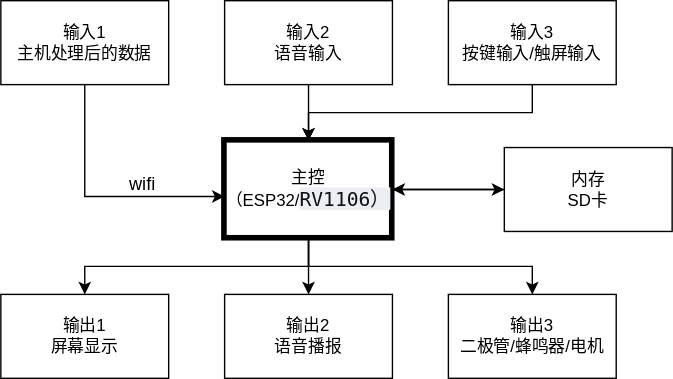
Earlier version of the draw.io export 大致流程图.drawio.svg (LC235-com/DDL-Reminder). Source tidied: cells renumbered, new cells last; positions are measured from the earlier drawing's top-left corner, leaving out a move shared by most shapes.
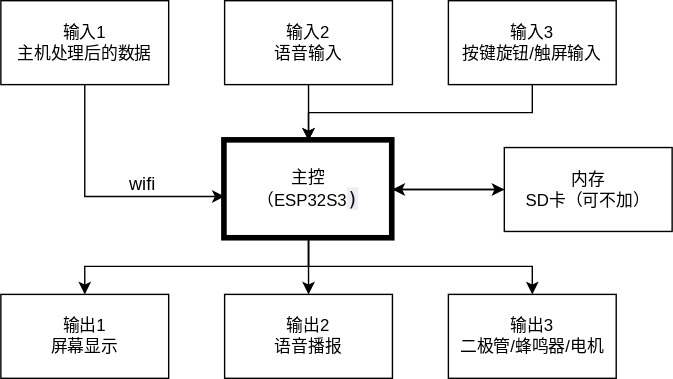
Above is the later version.

Commit message:
更新大致流程图.drawio.svg

What changed in the source:
```diff
@@ -16,7 +16,7 @@
         <mxPoint x="360" y="135" as="targetPoint" />
       </mxGeometry>
     </mxCell>
-    <mxCell id="6" value="主控&lt;div&gt;（ESP32/&lt;span style=&quot;background-color: rgb(235, 238, 242); color: rgb(15, 17, 21); font-family: Menlo, Monaco, Consolas, &amp;quot;Cascadia Mono&amp;quot;, &amp;quot;Ubuntu Mono&amp;quot;, &amp;quot;DejaVu Sans Mono&amp;quot;, &amp;quot;Liberation Mono&amp;quot;, &amp;quot;JetBrains Mono&amp;quot;, &amp;quot;Fira Code&amp;quot;, Cousine, &amp;quot;Roboto Mono&amp;quot;, &amp;quot;Courier New&amp;quot;, Courier, sans-serif, system-ui; font-size: 14px; text-align: start;&quot;&gt;RV1106）&lt;/span&gt;&lt;/div&gt;" style="rounded=0;whiteSpace=wrap;html=1;strokeWidth=4;" parent="1" vertex="1">
+    <mxCell id="6" value="主控&lt;div style=&quot;text-align: start;&quot;&gt;（ESP32S3&lt;font color=&quot;#0f1115&quot; face=&quot;Menlo, Monaco, Consolas, Cascadia Mono, Ubuntu Mono, DejaVu Sans Mono, Liberation Mono, JetBrains Mono, Fira Code, Cousine, Roboto Mono, Courier New, Courier, sans-serif, system-ui&quot;&gt;&lt;span style=&quot;font-size: 14px; background-color: rgb(235, 238, 242);&quot;&gt;)&lt;/span&gt;&lt;/font&gt;&lt;/div&gt;" style="rounded=0;whiteSpace=wrap;html=1;strokeWidth=4;" parent="1" vertex="1">
       <mxGeometry x="160" y="100" width="120" height="70" as="geometry" />
     </mxCell>
     <mxCell id="7" style="edgeStyle=orthogonalEdgeStyle;rounded=0;jettySize=auto;html=1;exitX=0.5;exitY=1;exitDx=0;exitDy=0;" parent="1" edge="1" source="9" target="6">
@@ -45,7 +45,7 @@
         <mxPoint x="220" y="100" as="targetPoint" />
       </mxGeometry>
     </mxCell>
-    <mxCell id="13" value="输入3&lt;div&gt;按键输入/触屏输入&lt;/div&gt;" style="rounded=0;whiteSpace=wrap;html=1;" parent="1" vertex="1">
+    <mxCell id="13" value="输入3&lt;div&gt;按键旋钮/触屏输入&lt;/div&gt;" style="rounded=0;whiteSpace=wrap;html=1;" parent="1" vertex="1">
       <mxGeometry x="320" width="120" height="60" as="geometry" />
     </mxCell>
     <mxCell id="14" value="输出1&lt;div&gt;屏幕显示&lt;/div&gt;" style="rounded=0;whiteSpace=wrap;html=1;" parent="1" vertex="1">
@@ -60,7 +60,7 @@
     <mxCell id="17" style="edgeStyle=orthogonalEdgeStyle;rounded=0;jettySize=auto;html=1;exitX=0;exitY=0.5;exitDx=0;exitDy=0;entryX=1;entryY=0.5;entryDx=0;entryDy=0;" parent="1" edge="1" source="18" target="6">
       <mxGeometry relative="1" as="geometry" />
     </mxCell>
-    <mxCell id="18" value="内存&lt;div&gt;SD卡&lt;/div&gt;" style="rounded=0;whiteSpace=wrap;html=1;" parent="1" vertex="1">
+    <mxCell id="18" value="内存&lt;div&gt;SD卡（可不加）&lt;/div&gt;" style="rounded=0;whiteSpace=wrap;html=1;" parent="1" vertex="1">
       <mxGeometry x="360" y="105" width="120" height="60" as="geometry" />
     </mxCell>
   </root>
```
